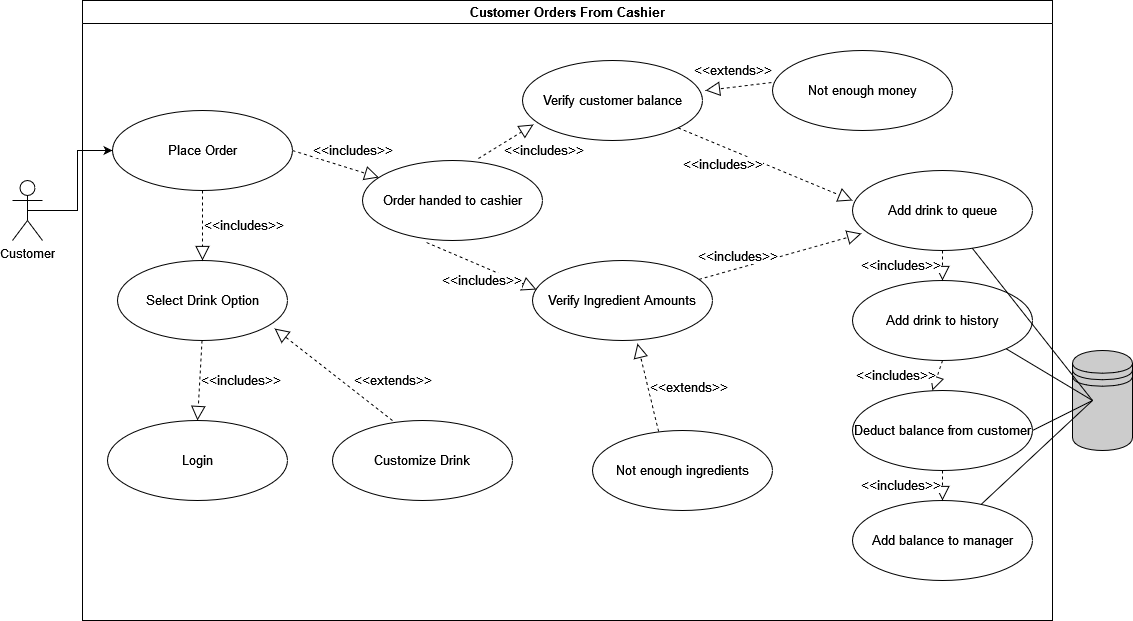
This is docs/images/customer_orders_from_cashier.png from CS-3450-Group-13/frappy, a draw.io export, as it was before one commit. Source tidied: cells renumbered, new cells last; positions are measured from the earlier drawing's top-left corner, leaving out a move shared by most shapes.
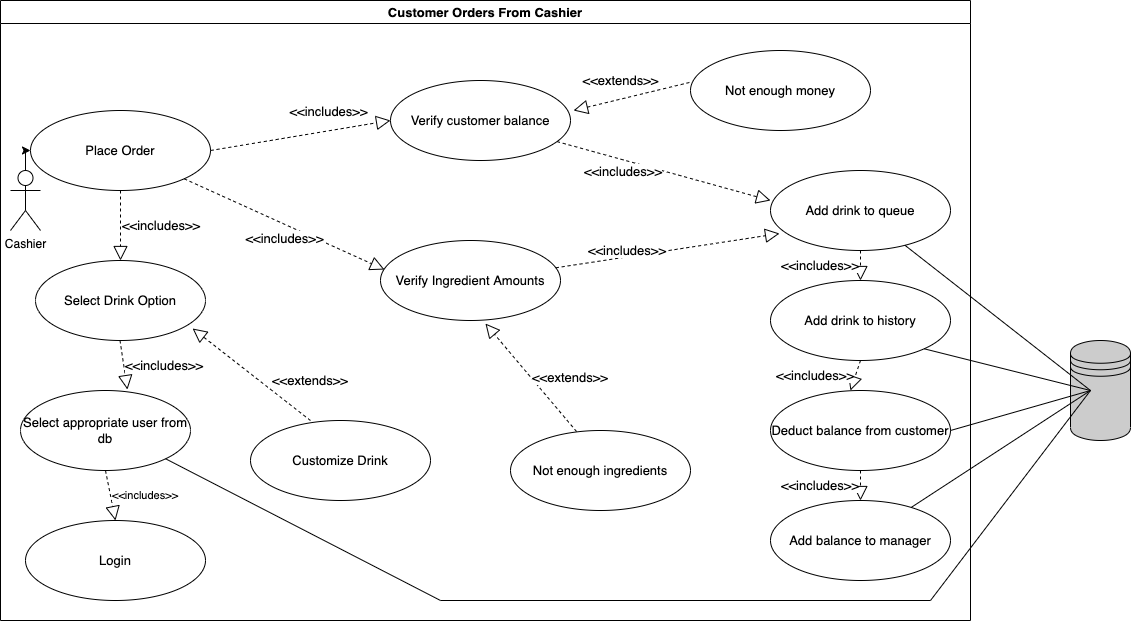
After the commit.

Commit message:
Remove unused files and update cashier order diagram (#13)

Diff of the diagram source:
```diff
@@ -1,15 +1,15 @@
-<mxGraphModel background="#FFFFFF">
+<mxGraphModel>
   <root>
     <mxCell id="0" />
     <mxCell id="1" parent="0" />
     <mxCell id="2" style="edgeStyle=orthogonalEdgeStyle;rounded=0;jettySize=auto;html=1;exitX=0.5;exitY=0.5;exitDx=0;exitDy=0;exitPerimeter=0;entryX=0;entryY=0.5;entryDx=0;entryDy=0;fontSize=13;" parent="1" edge="1" source="3" target="5">
       <mxGeometry relative="1" as="geometry" />
     </mxCell>
-    <mxCell id="3" value="&lt;div&gt;Customer&lt;/div&gt;" style="shape=umlActor;verticalLabelPosition=bottom;verticalAlign=top;html=1;outlineConnect=0;" parent="1" vertex="1">
+    <mxCell id="3" value="&lt;div&gt;Cashier&lt;/div&gt;" style="shape=umlActor;verticalLabelPosition=bottom;verticalAlign=top;html=1;outlineConnect=0;" parent="1" vertex="1">
       <mxGeometry y="180" width="30" height="60" as="geometry" />
     </mxCell>
     <mxCell id="4" value="Customer Orders From Cashier" style="swimlane;fontSize=13;" parent="1" vertex="1">
-      <mxGeometry x="70" width="970" height="620" as="geometry" />
+      <mxGeometry x="-10" y="10" width="970" height="620" as="geometry" />
     </mxCell>
     <mxCell id="5" value="&lt;div&gt;Place Order&lt;/div&gt;" style="ellipse;whiteSpace=wrap;html=1;fontSize=13;" parent="4" vertex="1">
       <mxGeometry x="30" y="110" width="180" height="80" as="geometry" />
@@ -18,19 +18,16 @@
       <mxGeometry x="35" y="260" width="170" height="80" as="geometry" />
     </mxCell>
     <mxCell id="7" value="Login" style="ellipse;whiteSpace=wrap;html=1;fontSize=13;" parent="4" vertex="1">
-      <mxGeometry x="25" y="420" width="180" height="80" as="geometry" />
+      <mxGeometry x="25" y="520" width="180" height="80" as="geometry" />
     </mxCell>
-    <mxCell id="8" value="Order handed to cashier" style="ellipse;whiteSpace=wrap;html=1;fontSize=13;" parent="4" vertex="1">
-      <mxGeometry x="280" y="160" width="180" height="80" as="geometry" />
-    </mxCell>
     <mxCell id="9" value="Customize Drink" style="ellipse;whiteSpace=wrap;html=1;fontSize=13;" parent="4" vertex="1">
       <mxGeometry x="250" y="420" width="180" height="80" as="geometry" />
     </mxCell>
     <mxCell id="10" value="Verify customer balance" style="ellipse;whiteSpace=wrap;html=1;fontSize=13;" parent="4" vertex="1">
-      <mxGeometry x="440" y="60" width="180" height="80" as="geometry" />
+      <mxGeometry x="390" y="80" width="180" height="80" as="geometry" />
     </mxCell>
     <mxCell id="11" value="Verify Ingredient Amounts" style="ellipse;whiteSpace=wrap;html=1;fontSize=13;" parent="4" vertex="1">
-      <mxGeometry x="450" y="260" width="180" height="80" as="geometry" />
+      <mxGeometry x="380" y="240" width="180" height="80" as="geometry" />
     </mxCell>
     <mxCell id="12" value="&lt;div&gt;Add drink to queue&lt;/div&gt;" style="ellipse;whiteSpace=wrap;html=1;fontSize=13;" parent="4" vertex="1">
       <mxGeometry x="770" y="170" width="180" height="80" as="geometry" />
@@ -47,7 +44,7 @@
     <mxCell id="16" value="&amp;lt;&amp;lt;includes&amp;gt;&amp;gt;" style="endArrow=block;dashed=1;endFill=0;endSize=12;html=1;rounded=0;fontSize=13;exitX=0.5;exitY=1;exitDx=0;exitDy=0;entryX=0.5;entryY=0;entryDx=0;entryDy=0;labelPosition=right;verticalLabelPosition=middle;align=left;verticalAlign=middle;" parent="4" edge="1" source="5" target="6">
       <mxGeometry relative="1" as="geometry" />
     </mxCell>
-    <mxCell id="17" value="&amp;lt;&amp;lt;includes&amp;gt;&amp;gt;" style="endArrow=block;dashed=1;endFill=0;endSize=12;html=1;rounded=0;fontSize=13;exitX=0.5;exitY=1;exitDx=0;exitDy=0;entryX=0.5;entryY=0;entryDx=0;entryDy=0;labelPosition=right;verticalLabelPosition=middle;align=left;verticalAlign=middle;" parent="4" edge="1" target="7">
+    <mxCell id="17" value="&amp;lt;&amp;lt;includes&amp;gt;&amp;gt;" style="endArrow=block;dashed=1;endFill=0;endSize=12;html=1;rounded=0;fontSize=13;exitX=0.5;exitY=1;exitDx=0;exitDy=0;entryX=0.629;entryY=-0.012;entryDx=0;entryDy=0;labelPosition=right;verticalLabelPosition=middle;align=left;verticalAlign=middle;entryPerimeter=0;" parent="4" edge="1" target="37">
       <mxGeometry relative="1" as="geometry">
         <mxPoint x="119.5" y="340" as="sourcePoint" />
       </mxGeometry>
@@ -61,18 +58,15 @@
     <mxCell id="20" value="Not enough money" style="ellipse;whiteSpace=wrap;html=1;fontSize=13;" parent="4" vertex="1">
       <mxGeometry x="690" y="50" width="180" height="80" as="geometry" />
     </mxCell>
-    <mxCell id="21" value="&amp;lt;&amp;lt;includes&amp;gt;&amp;gt;" style="endArrow=block;dashed=1;endFill=0;endSize=12;html=1;rounded=0;fontSize=13;exitX=1;exitY=0.5;exitDx=0;exitDy=0;labelPosition=center;verticalLabelPosition=top;align=center;verticalAlign=bottom;" parent="4" edge="1" source="5" target="8">
+    <mxCell id="21" value="&amp;lt;&amp;lt;includes&amp;gt;&amp;gt;" style="endArrow=block;dashed=1;endFill=0;endSize=12;html=1;rounded=0;fontSize=13;exitX=1;exitY=0.5;exitDx=0;exitDy=0;labelPosition=center;verticalLabelPosition=top;align=center;verticalAlign=bottom;entryX=0;entryY=0.5;entryDx=0;entryDy=0;" parent="4" edge="1" source="5" target="10">
       <mxGeometry x="0.33" y="8" relative="1" as="geometry" />
     </mxCell>
-    <mxCell id="22" value="&amp;lt;&amp;lt;includes&amp;gt;&amp;gt;" style="endArrow=block;dashed=1;endFill=0;endSize=12;html=1;rounded=0;fontSize=13;exitX=0.356;exitY=1.025;exitDx=0;exitDy=0;exitPerimeter=0;entryX=0.022;entryY=0.363;entryDx=0;entryDy=0;entryPerimeter=0;labelPosition=center;verticalLabelPosition=bottom;align=center;verticalAlign=top;" parent="4" edge="1" source="8" target="11">
+    <mxCell id="22" value="&amp;lt;&amp;lt;includes&amp;gt;&amp;gt;" style="endArrow=block;dashed=1;endFill=0;endSize=12;html=1;rounded=0;fontSize=13;exitX=1;exitY=1;exitDx=0;exitDy=0;entryX=0.022;entryY=0.363;entryDx=0;entryDy=0;entryPerimeter=0;labelPosition=center;verticalLabelPosition=bottom;align=center;verticalAlign=top;" parent="4" edge="1" source="5" target="11">
       <mxGeometry relative="1" as="geometry" />
     </mxCell>
     <mxCell id="23" value="&amp;lt;&amp;lt;extends&amp;gt;&amp;gt;" style="endArrow=block;dashed=1;endFill=0;endSize=12;html=1;rounded=0;fontSize=13;labelPosition=right;verticalLabelPosition=middle;align=left;verticalAlign=middle;entryX=0.583;entryY=1.038;entryDx=0;entryDy=0;entryPerimeter=0;exitX=0.367;exitY=0.013;exitDx=0;exitDy=0;exitPerimeter=0;" parent="4" edge="1" source="19" target="11">
       <mxGeometry relative="1" as="geometry" />
     </mxCell>
-    <mxCell id="24" value="&amp;lt;&amp;lt;includes&amp;gt;&amp;gt;" style="endArrow=block;dashed=1;endFill=0;endSize=12;html=1;rounded=0;fontSize=13;exitX=0.644;exitY=-0.025;exitDx=0;exitDy=0;exitPerimeter=0;entryX=0.061;entryY=0.8;entryDx=0;entryDy=0;entryPerimeter=0;labelPosition=right;verticalLabelPosition=middle;align=left;verticalAlign=middle;" parent="4" edge="1" source="8" target="10">
-      <mxGeometry x="-0.24" y="-6" relative="1" as="geometry" />
-    </mxCell>
     <mxCell id="25" value="&amp;lt;&amp;lt;extends&amp;gt;&amp;gt;" style="endArrow=block;dashed=1;endFill=0;endSize=12;html=1;rounded=0;fontSize=13;exitX=-0.006;exitY=0.4;exitDx=0;exitDy=0;exitPerimeter=0;labelPosition=center;verticalLabelPosition=top;align=center;verticalAlign=bottom;entryX=1.017;entryY=0.375;entryDx=0;entryDy=0;entryPerimeter=0;" parent="4" edge="1" source="20" target="10">
       <mxGeometry x="0.16" y="-7" relative="1" as="geometry" />
     </mxCell>
@@ -91,6 +85,12 @@
     <mxCell id="30" value="&amp;lt;&amp;lt;includes&amp;gt;&amp;gt;" style="endArrow=block;dashed=1;endFill=0;endSize=12;html=1;rounded=0;fontSize=13;exitX=0.5;exitY=1;exitDx=0;exitDy=0;entryX=0.5;entryY=0;entryDx=0;entryDy=0;labelPosition=left;verticalLabelPosition=middle;align=right;verticalAlign=middle;" parent="4" edge="1" source="14" target="15">
       <mxGeometry relative="1" as="geometry" />
     </mxCell>
+    <mxCell id="37" value="Select appropriate user from db" style="ellipse;whiteSpace=wrap;html=1;fontSize=13;" parent="4" vertex="1">
+      <mxGeometry x="20" y="390" width="170" height="80" as="geometry" />
+    </mxCell>
+    <mxCell id="24" value="&amp;lt;&amp;lt;includes&amp;gt;&amp;gt;" style="endArrow=block;dashed=1;endFill=0;endSize=12;html=1;rounded=0;exitX=0.5;exitY=1;exitDx=0;exitDy=0;entryX=0.5;entryY=0;entryDx=0;entryDy=0;labelPosition=right;verticalLabelPosition=middle;align=left;verticalAlign=middle;" parent="4" edge="1" source="37" target="7">
+      <mxGeometry relative="1" as="geometry" />
+    </mxCell>
     <mxCell id="31" style="shape=datastore;whiteSpace=wrap;html=1;fontSize=13;fillColor=#CCCCCC;" parent="1" vertex="1">
       <mxGeometry x="1060" y="350" width="60" height="100" as="geometry" />
     </mxCell>
@@ -114,6 +114,14 @@
         <mxPoint x="1080" y="400" as="sourcePoint" />
       </mxGeometry>
     </mxCell>
-    <mxCell id="36" value="Untitled Layer" parent="0" />
+    <mxCell id="38" style="endArrow=none;html=1;rounded=0;fontSize=13;entryX=1;entryY=1;entryDx=0;entryDy=0;" parent="1" edge="1" target="37">
+      <mxGeometry relative="1" as="geometry">
+        <mxPoint x="1080" y="400" as="sourcePoint" />
+        <Array as="points">
+          <mxPoint x="920" y="610" />
+          <mxPoint x="430" y="610" />
+        </Array>
+      </mxGeometry>
+    </mxCell>
   </root>
 </mxGraphModel>
```
